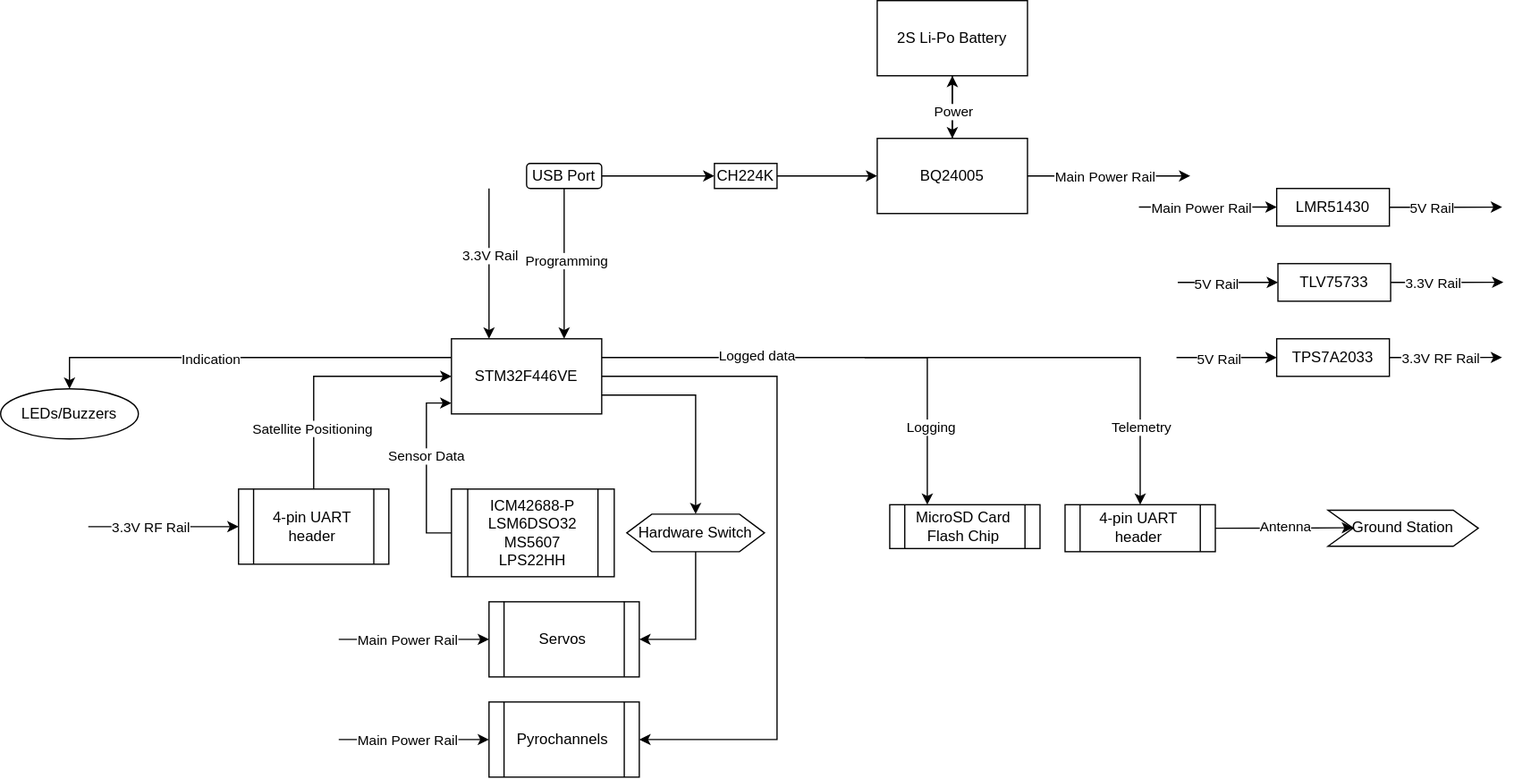
Before: images/Polaris.svg, a diagram exported from draw.io (Venat1103/Polaris). Source tidied: cells renumbered, new cells last; positions are measured from the earlier drawing's top-left corner, leaving out a move shared by most shapes.
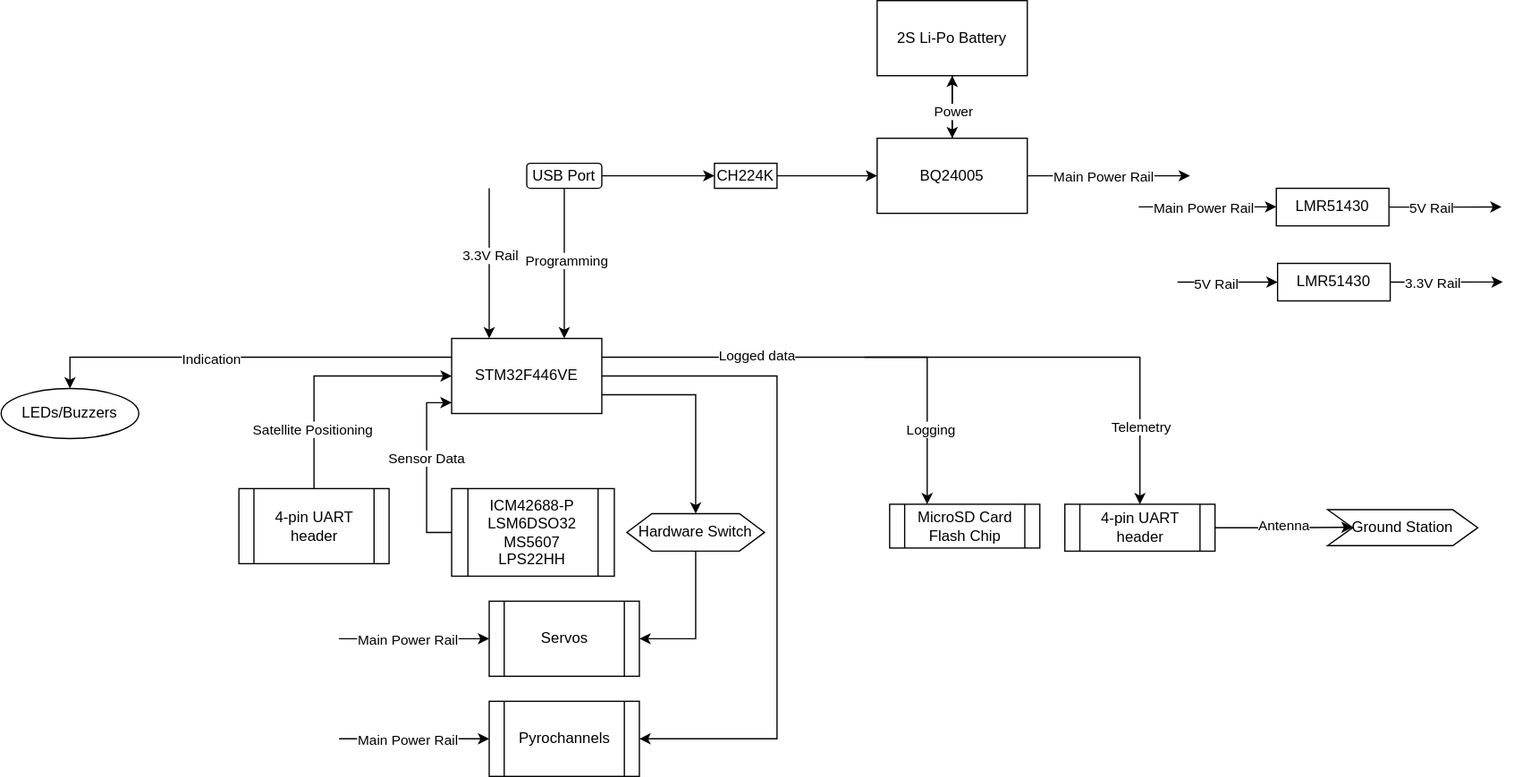
The same file after the commit.

Commit message:
Updated system architecture diagram

Change to the diagram source:
```diff
@@ -151,22 +151,9 @@
     <mxCell id="43" value="3.3V Rail" style="edgeLabel;html=1;align=center;verticalAlign=middle;" parent="42" vertex="1">
       <mxGeometry x="-0.26" relative="1" as="geometry" />
     </mxCell>
-    <mxCell id="44" value="TLV75733" style="rounded=0;whiteSpace=wrap;html=1;" parent="1" vertex="1">
+    <mxCell id="44" value="LMR51430" style="rounded=0;whiteSpace=wrap;html=1;" parent="1" vertex="1">
       <mxGeometry x="1020" y="210" width="90" height="30" as="geometry" />
     </mxCell>
-    <mxCell id="45" style="edgeStyle=orthogonalEdgeStyle;rounded=0;jettySize=auto;html=1;exitX=1;exitY=0.5;exitDx=0;exitDy=0;" parent="1" edge="1" source="47">
-      <mxGeometry relative="1" as="geometry">
-        <mxPoint x="1199" y="284.9" as="targetPoint" />
-      </mxGeometry>
-    </mxCell>
-    <mxCell id="46" value="3.3V RF Rail" style="edgeLabel;html=1;align=center;verticalAlign=middle;" parent="45" vertex="1">
-      <mxGeometry x="-0.38" y="-1" relative="1" as="geometry">
-        <mxPoint x="12" y="-1" as="offset" />
-      </mxGeometry>
-    </mxCell>
-    <mxCell id="47" value="TPS7A2033" style="rounded=0;whiteSpace=wrap;html=1;" parent="1" vertex="1">
-      <mxGeometry x="1019" y="270" width="90" height="30" as="geometry" />
-    </mxCell>
     <mxCell id="48" style="endArrow=classic;html=1;rounded=0;entryX=0;entryY=0.5;entryDx=0;entryDy=0;" parent="1" edge="1">
       <mxGeometry relative="1" as="geometry">
         <mxPoint x="909" y="164.8" as="sourcePoint" />
@@ -186,14 +173,6 @@
     <mxCell id="51" value="5V Rail" style="edgeLabel;html=1;align=center;verticalAlign=middle;" parent="50" vertex="1">
       <mxGeometry x="-0.26" y="-1" relative="1" as="geometry" />
     </mxCell>
-    <mxCell id="52" style="endArrow=classic;html=1;rounded=0;entryX=0;entryY=0.5;entryDx=0;entryDy=0;" parent="1" edge="1" target="47">
-      <mxGeometry relative="1" as="geometry">
-        <mxPoint x="939" y="285" as="sourcePoint" />
-      </mxGeometry>
-    </mxCell>
-    <mxCell id="53" value="5V Rail" style="edgeLabel;html=1;align=center;verticalAlign=middle;" parent="52" vertex="1">
-      <mxGeometry x="-0.17" y="-1" relative="1" as="geometry" />
-    </mxCell>
     <mxCell id="54" style="endArrow=classic;html=1;rounded=0;entryX=0.25;entryY=0;entryDx=0;entryDy=0;" parent="1" edge="1" target="13">
       <mxGeometry relative="1" as="geometry">
         <mxPoint x="390" y="150" as="sourcePoint" />
@@ -222,16 +201,6 @@
         <mxPoint x="4" y="-2" as="offset" />
       </mxGeometry>
     </mxCell>
-    <mxCell id="60" style="edgeStyle=orthogonalEdgeStyle;rounded=0;jettySize=auto;html=1;entryX=0;entryY=0.5;entryDx=0;entryDy=0;" parent="1" edge="1" target="23">
-      <mxGeometry relative="1" as="geometry">
-        <mxPoint x="70" y="420" as="sourcePoint" />
-      </mxGeometry>
-    </mxCell>
-    <mxCell id="61" value="3.3V RF Rail" style="edgeLabel;html=1;align=center;verticalAlign=middle;" parent="60" vertex="1">
-      <mxGeometry x="-0.38" y="-1" relative="1" as="geometry">
-        <mxPoint x="12" y="-1" as="offset" />
-      </mxGeometry>
-    </mxCell>
     <mxCell id="62" style="edgeStyle=orthogonalEdgeStyle;rounded=0;jettySize=auto;html=1;exitX=1;exitY=0.75;exitDx=0;exitDy=0;entryX=0.5;entryY=0;entryDx=0;entryDy=0;" parent="1" edge="1" source="13" target="63">
       <mxGeometry relative="1" as="geometry" />
     </mxCell>
```
